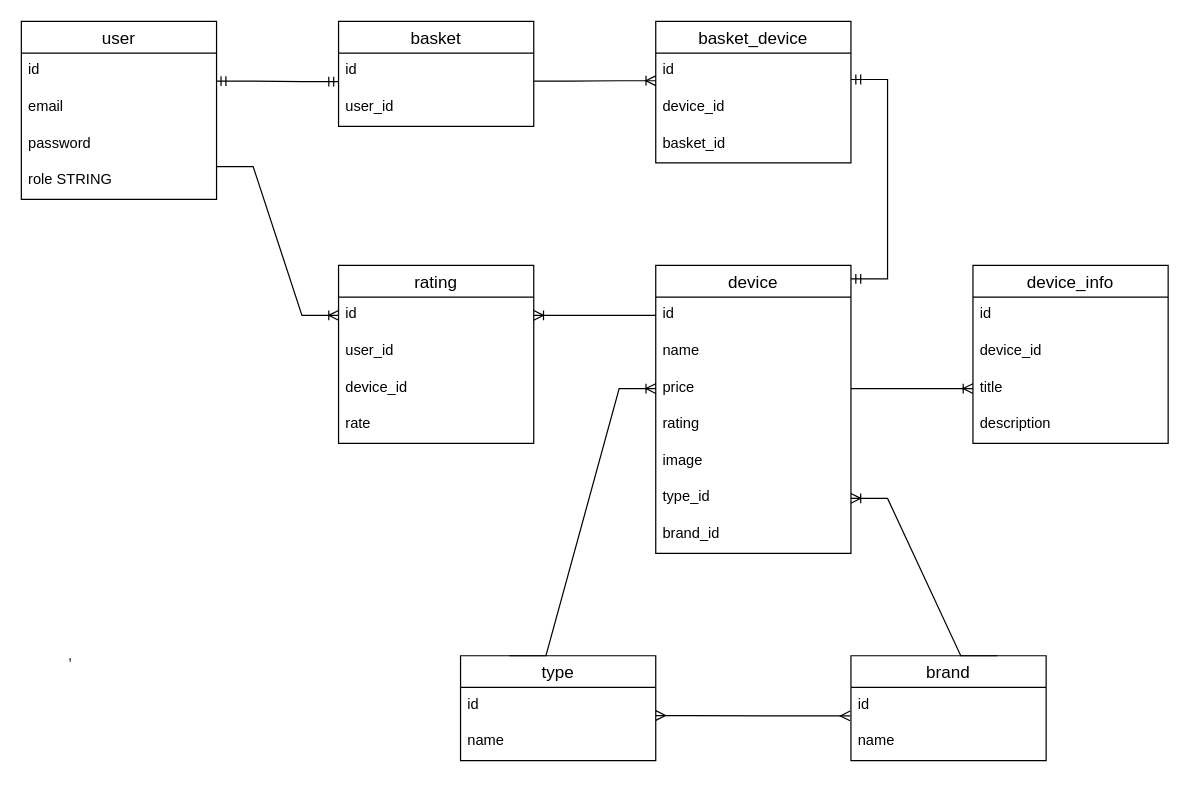
The draw.io diagram server/online_store_diagram.drawio in denvysotskyi/online_store_fullstack, before the edit. Source tidied: cells renumbered, new cells numbered last; positions are measured from the earlier drawing's top-left corner, leaving out a move shared by most shapes. Both pictures are drawn from the tidied source at 122%, with x=0, y=0 at pixel (21, 21).
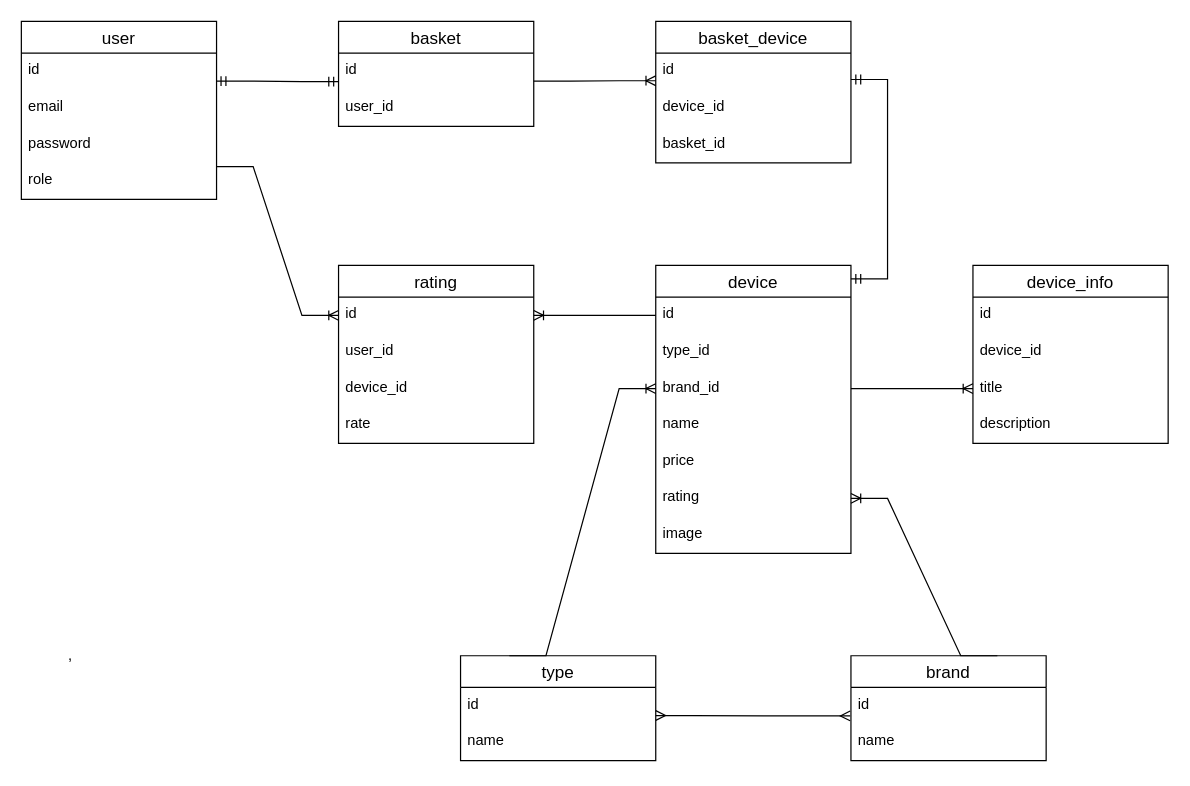
After the change.

Unchanged cells that the change refers to:
```xml
<mxCell id="2" value="user" style="swimlane;fontStyle=0;horizontal=1;startSize=26;align=center;fontSize=14;" parent="1" vertex="1">
  <mxGeometry width="160" height="146" as="geometry" />
</mxCell>
<mxCell id="11" value="device" style="swimlane;fontStyle=0;horizontal=1;startSize=26;align=center;fontSize=14;" parent="1" vertex="1">
  <mxGeometry x="520" y="200" width="160" height="236" as="geometry" />
</mxCell>
```

The edit, as a diff of the source:
```diff
@@
-    <mxCell id="6" value="role STRING" style="text;strokeColor=none;fillColor=none;spacingLeft=4;spacingRight=4;overflow=hidden;fontSize=12;" parent="2" vertex="1">
+    <mxCell id="6" value="role" style="text;strokeColor=none;fillColor=none;spacingLeft=4;spacingRight=4;overflow=hidden;fontSize=12;" parent="2" vertex="1">
       <mxGeometry y="116" width="160" height="30" as="geometry" />
     </mxCell>
@@
-    <mxCell id="13" value="name" style="text;strokeColor=none;fillColor=none;spacingLeft=4;spacingRight=4;overflow=hidden;fontSize=12;" parent="11" vertex="1">
+    <mxCell id="13" value="type_id" style="text;strokeColor=none;fillColor=none;spacingLeft=4;spacingRight=4;overflow=hidden;fontSize=12;" parent="11" vertex="1">
       <mxGeometry y="56" width="160" height="30" as="geometry" />
     </mxCell>
-    <mxCell id="14" value="price" style="text;strokeColor=none;fillColor=none;spacingLeft=4;spacingRight=4;overflow=hidden;points=[[0,0.5],[1,0.5]];portConstraint=eastwest;fontSize=12;" parent="11" vertex="1">
+    <mxCell id="14" value="brand_id" style="text;strokeColor=none;fillColor=none;spacingLeft=4;spacingRight=4;overflow=hidden;points=[[0,0.5],[1,0.5]];portConstraint=eastwest;fontSize=12;" parent="11" vertex="1">
       <mxGeometry y="86" width="160" height="30" as="geometry" />
     </mxCell>
-    <mxCell id="15" value="rating" style="text;strokeColor=none;fillColor=none;spacingLeft=4;spacingRight=4;overflow=hidden;fontSize=12;" parent="11" vertex="1">
+    <mxCell id="15" value="name" style="text;strokeColor=none;fillColor=none;spacingLeft=4;spacingRight=4;overflow=hidden;fontSize=12;" parent="11" vertex="1">
       <mxGeometry y="116" width="160" height="30" as="geometry" />
     </mxCell>
-    <mxCell id="16" value="image" style="text;strokeColor=none;fillColor=none;spacingLeft=4;spacingRight=4;overflow=hidden;fontSize=12;" parent="11" vertex="1">
+    <mxCell id="16" value="price" style="text;strokeColor=none;fillColor=none;spacingLeft=4;spacingRight=4;overflow=hidden;fontSize=12;" parent="11" vertex="1">
       <mxGeometry y="146" width="160" height="30" as="geometry" />
     </mxCell>
-    <mxCell id="17" value="type_id" style="text;strokeColor=none;fillColor=none;spacingLeft=4;spacingRight=4;overflow=hidden;points=[[0,0.5],[1,0.5]];portConstraint=eastwest;fontSize=12;" parent="11" vertex="1">
+    <mxCell id="17" value="rating" style="text;strokeColor=none;fillColor=none;spacingLeft=4;spacingRight=4;overflow=hidden;points=[[0,0.5],[1,0.5]];portConstraint=eastwest;fontSize=12;" parent="11" vertex="1">
       <mxGeometry y="176" width="160" height="30" as="geometry" />
     </mxCell>
-    <mxCell id="18" value="brand_id" style="text;strokeColor=none;fillColor=none;spacingLeft=4;spacingRight=4;overflow=hidden;fontSize=12;" parent="11" vertex="1">
+    <mxCell id="18" value="image" style="text;strokeColor=none;fillColor=none;spacingLeft=4;spacingRight=4;overflow=hidden;fontSize=12;" parent="11" vertex="1">
       <mxGeometry y="206" width="160" height="30" as="geometry" />
     </mxCell>
```
